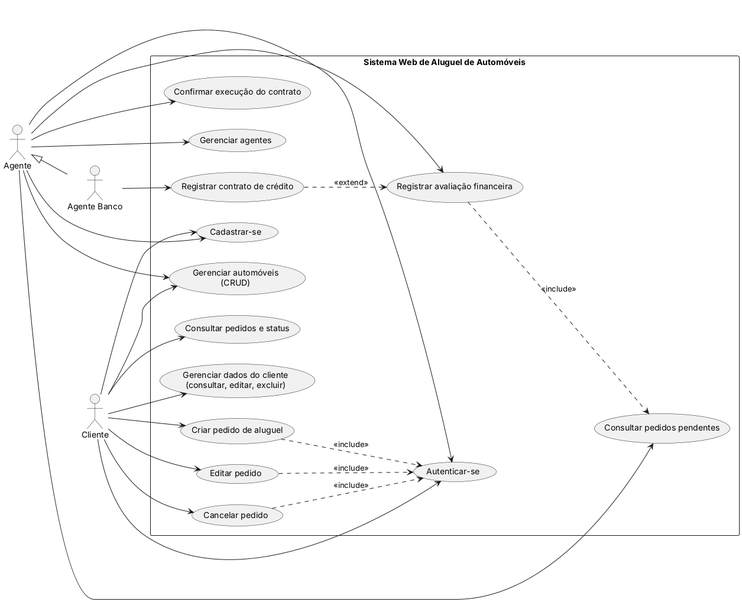
This is docs/diagramas/casos-de-uso.png from annaluizapsilva-03/Aluguel-automoveis, a PlantUML export, as it was before one commit. The source it was exported from:
```plantuml
@startuml casos-de-uso
left to right direction
skinparam packageStyle rectangle
actor Cliente
actor Agente
actor "Agente Banco" as Banco
Agente <|-- Banco

rectangle "Sistema Web de Aluguel de Automóveis" {
  usecase "Cadastrar-se" as UC01
  usecase "Autenticar-se" as UC02
  usecase "Gerenciar dados do cliente\n(consultar, editar, excluir)" as UC03
  usecase "Gerenciar automóveis\n(CRUD)" as UC04
  usecase "Criar pedido de aluguel" as UC05
  usecase "Editar pedido" as UC06
  usecase "Cancelar pedido" as UC07
  usecase "Consultar pedidos e status" as UC08
  usecase "Consultar pedidos pendentes" as UC09
  usecase "Registrar avaliação financeira" as UC10
  usecase "Confirmar execução do contrato" as UC11
  usecase "Registrar contrato de crédito" as UC12
  usecase "Gerenciar agentes" as UC13
}

Cliente --> UC01
Cliente --> UC02
Cliente --> UC03
Cliente --> UC04
Cliente --> UC05
Cliente --> UC06
Cliente --> UC07
Cliente --> UC08

Agente --> UC01
Agente --> UC02
Agente --> UC04
Agente --> UC09
Agente --> UC10
Agente --> UC11
Agente --> UC13
Banco --> UC12

UC05 ..> UC02 : <<include>>
UC06 ..> UC02 : <<include>>
UC07 ..> UC02 : <<include>>
UC10 ..> UC09 : <<include>>
UC12 ..> UC10 : <<extend>>
@enduml
```
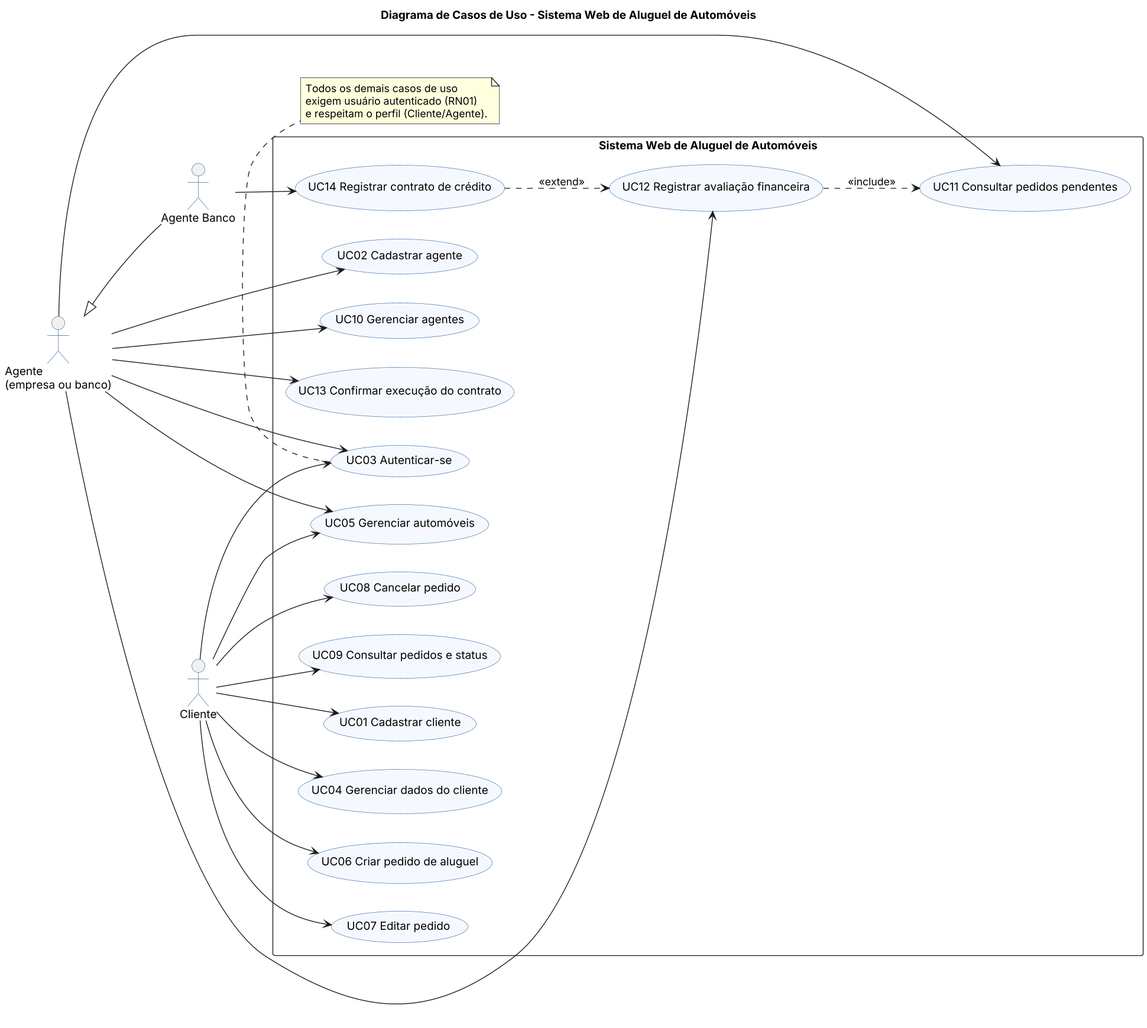
After the change.

What changed in the source:
```diff
@@ -1,48 +1,61 @@
 @startuml casos-de-uso
+title Diagrama de Casos de Uso - Sistema Web de Aluguel de Automóveis
 left to right direction
+skinparam shadowing false
+skinparam dpi 130
 skinparam packageStyle rectangle
-actor Cliente
-actor Agente
-actor "Agente Banco" as Banco
-Agente <|-- Banco
+skinparam usecase {
+  BackgroundColor #F5F9FF
+  BorderColor #3A6EA5
+}
+skinparam actorBorderColor #3A6EA5
+
+actor Cliente as CLI
+actor "Agente\n(empresa ou banco)" as AGE
+actor "Agente Banco" as BAN
+AGE <|-- BAN
 
 rectangle "Sistema Web de Aluguel de Automóveis" {
-  usecase "Cadastrar-se" as UC01
-  usecase "Autenticar-se" as UC02
-  usecase "Gerenciar dados do cliente\n(consultar, editar, excluir)" as UC03
-  usecase "Gerenciar automóveis\n(CRUD)" as UC04
-  usecase "Criar pedido de aluguel" as UC05
-  usecase "Editar pedido" as UC06
-  usecase "Cancelar pedido" as UC07
-  usecase "Consultar pedidos e status" as UC08
-  usecase "Consultar pedidos pendentes" as UC09
-  usecase "Registrar avaliação financeira" as UC10
-  usecase "Confirmar execução do contrato" as UC11
-  usecase "Registrar contrato de crédito" as UC12
-  usecase "Gerenciar agentes" as UC13
+  usecase "UC01 Cadastrar cliente" as UC01
+  usecase "UC02 Cadastrar agente" as UC02
+  usecase "UC03 Autenticar-se" as UC03
+  usecase "UC04 Gerenciar dados do cliente" as UC04
+  usecase "UC05 Gerenciar automóveis" as UC05
+  usecase "UC06 Criar pedido de aluguel" as UC06
+  usecase "UC07 Editar pedido" as UC07
+  usecase "UC08 Cancelar pedido" as UC08
+  usecase "UC09 Consultar pedidos e status" as UC09
+  usecase "UC10 Gerenciar agentes" as UC10
+  usecase "UC11 Consultar pedidos pendentes" as UC11
+  usecase "UC12 Registrar avaliação financeira" as UC12
+  usecase "UC13 Confirmar execução do contrato" as UC13
+  usecase "UC14 Registrar contrato de crédito" as UC14
 }
 
-Cliente --> UC01
-Cliente --> UC02
-Cliente --> UC03
-Cliente --> UC04
-Cliente --> UC05
-Cliente --> UC06
-Cliente --> UC07
-Cliente --> UC08
+CLI --> UC01
+CLI --> UC03
+CLI --> UC04
+CLI --> UC05
+CLI --> UC06
+CLI --> UC07
+CLI --> UC08
+CLI --> UC09
 
-Agente --> UC01
-Agente --> UC02
-Agente --> UC04
-Agente --> UC09
-Agente --> UC10
-Agente --> UC11
-Agente --> UC13
-Banco --> UC12
+AGE --> UC02
+AGE --> UC03
+AGE --> UC05
+AGE --> UC10
+AGE --> UC11
+AGE --> UC12
+AGE --> UC13
+BAN --> UC14
 
-UC05 ..> UC02 : <<include>>
-UC06 ..> UC02 : <<include>>
-UC07 ..> UC02 : <<include>>
-UC10 ..> UC09 : <<include>>
-UC12 ..> UC10 : <<extend>>
+UC12 ..> UC11 : <<include>>
+UC14 ..> UC12 : <<extend>>
+
+note bottom of UC03
+  Todos os demais casos de uso
+  exigem usuário autenticado (RN01)
+  e respeitam o perfil (Cliente/Agente).
+end note
 @enduml
```
